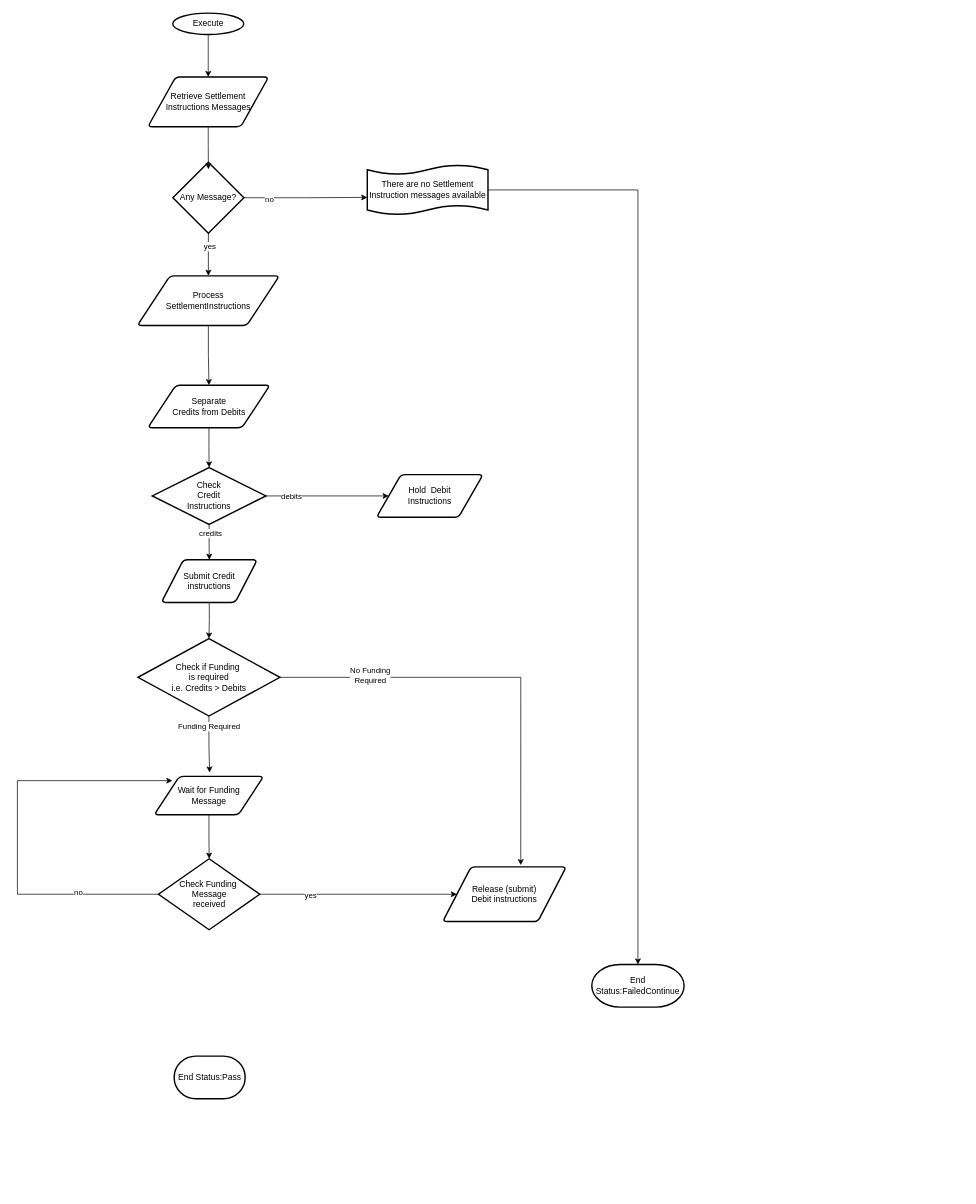
The draw.io diagram page "Detailed" (2 of 2) of SettlementInstructions.drawio in ByMadiba/Sandbox, before the edit. Source tidied: cells renumbered, new cells numbered last; positions are measured from the earlier drawing's top-left corner, leaving out a move shared by most shapes. Both pictures are drawn from the tidied source at 71%, with x=0, y=0 at pixel (17, 13).
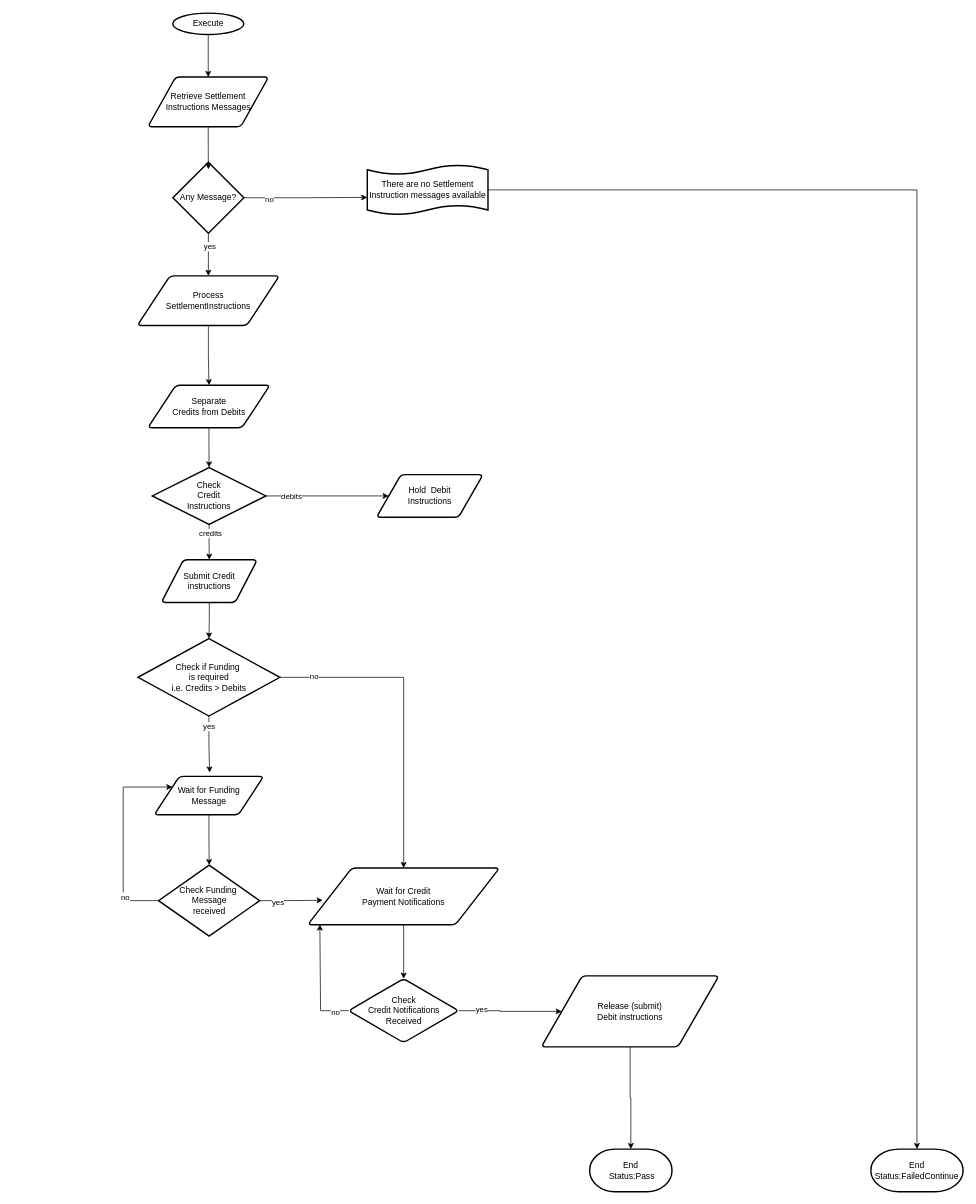
The same diagram, later.

Unchanged cells that the change refers to:
```xml
<mxCell id="19" value="Check if Funding&amp;nbsp;&lt;br&gt;is required&lt;br&gt;i.e. Credits &amp;gt; Debits" style="strokeWidth=2;html=1;shape=mxgraph.flowchart.decision;whiteSpace=wrap;" parent="1" vertex="1">
  <mxGeometry x="169.8" y="881" width="200" height="109" as="geometry" />
</mxCell>
<mxCell id="31" value="Wait for Funding &lt;br&gt;Message" style="shape=parallelogram;html=1;strokeWidth=2;perimeter=parallelogramPerimeter;whiteSpace=wrap;rounded=1;arcSize=12;size=0.23;" parent="1" vertex="1">
  <mxGeometry x="192.8" y="1075" width="154" height="54" as="geometry" />
</mxCell>
<mxCell id="32" style="edgeStyle=orthogonalEdgeStyle;rounded=0;jettySize=auto;html=1;entryX=0.506;entryY=-0.1;entryDx=0;entryDy=0;entryPerimeter=0;" parent="1" edge="1" source="19" target="31">
  <mxGeometry relative="1" as="geometry" />
</mxCell>
```

Diff of the diagram source:
```diff
@@
-    <mxCell id="17" style="edgeStyle=orthogonalEdgeStyle;rounded=0;jettySize=auto;html=1;entryX=0.632;entryY=-0.032;entryDx=0;entryDy=0;entryPerimeter=0;" parent="1" edge="1" source="19" target="25">
-      <mxGeometry relative="1" as="geometry" />
-    </mxCell>
-    <mxCell id="18" value="No Funding&lt;br&gt;Required" style="edgeLabel;html=1;align=center;verticalAlign=middle;" parent="17" vertex="1">
-      <mxGeometry x="-0.58" y="3" relative="1" as="geometry" />
-    </mxCell>
+    <mxCell id="40" style="edgeStyle=orthogonalEdgeStyle;rounded=0;jettySize=auto;html=1;" parent="1" edge="1" source="19" target="45">
+      <mxGeometry relative="1" as="geometry" />
+    </mxCell>
+    <mxCell id="41" value="no" style="edgeLabel;html=1;align=center;verticalAlign=middle;" parent="40" vertex="1">
+      <mxGeometry x="-0.78" y="1" relative="1" as="geometry">
+        <mxPoint x="-1" as="offset" />
+      </mxGeometry>
+    </mxCell>
@@
-    <mxCell id="20" style="edgeStyle=orthogonalEdgeStyle;rounded=0;jettySize=auto;html=1;" parent="1" edge="1" source="24">
+    <mxCell id="20" style="edgeStyle=orthogonalEdgeStyle;rounded=0;jettySize=auto;html=1;" parent="1" edge="1" source="24" target="31">
       <mxGeometry relative="1" as="geometry">
-        <mxPoint x="218.3" y="1081" as="targetPoint" />
         <Array as="points">
-          <mxPoint y="1241" />
-          <mxPoint y="1081" />
+          <mxPoint x="149" y="1250" />
+          <mxPoint x="149" y="1090" />
         </Array>
       </mxGeometry>
     </mxCell>
@@
-    <mxCell id="22" style="edgeStyle=orthogonalEdgeStyle;rounded=0;jettySize=auto;html=1;" parent="1" edge="1" source="24" target="25">
-      <mxGeometry relative="1" as="geometry" />
-    </mxCell>
-    <mxCell id="23" value="yes" style="edgeLabel;html=1;align=center;verticalAlign=middle;" parent="22" vertex="1">
-      <mxGeometry x="-0.49" y="-1" relative="1" as="geometry" />
-    </mxCell>
+    <mxCell id="42" style="edgeStyle=orthogonalEdgeStyle;rounded=0;jettySize=auto;html=1;entryX=0.078;entryY=0.569;entryDx=0;entryDy=0;entryPerimeter=0;" parent="1" edge="1" source="24" target="45">
+      <mxGeometry relative="1" as="geometry" />
+    </mxCell>
+    <mxCell id="43" value="yes" style="edgeLabel;html=1;align=center;verticalAlign=middle;" parent="42" vertex="1">
+      <mxGeometry x="-0.44" y="-1" relative="1" as="geometry" />
+    </mxCell>
     <mxCell id="24" value="Check Funding&amp;nbsp;&lt;br&gt;Message&lt;br&gt;received" style="strokeWidth=2;html=1;shape=mxgraph.flowchart.decision;whiteSpace=wrap;" parent="1" vertex="1">
-      <mxGeometry x="198.8" y="1191" width="142.5" height="100" as="geometry" />
+      <mxGeometry x="198.8" y="1200" width="142.5" height="100" as="geometry" />
     </mxCell>
     <mxCell id="25" value="Release (submit)&lt;br&gt;Debit instructions" style="shape=parallelogram;html=1;strokeWidth=2;perimeter=parallelogramPerimeter;whiteSpace=wrap;rounded=1;arcSize=12;size=0.23;" parent="1" vertex="1">
-      <mxGeometry x="599" y="1202.5" width="174" height="77" as="geometry" />
+      <mxGeometry x="738" y="1356" width="250" height="100" as="geometry" />
     </mxCell>
-    <mxCell id="26" value="End Status:Pass" style="strokeWidth=2;html=1;shape=mxgraph.flowchart.terminator;whiteSpace=wrap;" parent="1" vertex="1">
-      <mxGeometry x="220.8" y="1469" width="100" height="60" as="geometry" />
+    <mxCell id="26" value="End&lt;br&gt;&amp;nbsp;Status:Pass" style="strokeWidth=2;html=1;shape=mxgraph.flowchart.terminator;whiteSpace=wrap;" parent="1" vertex="1">
+      <mxGeometry x="806" y="1600" width="116" height="60" as="geometry" />
     </mxCell>
     <mxCell id="27" value="End Status:FailedContinue" style="strokeWidth=2;html=1;shape=mxgraph.flowchart.terminator;whiteSpace=wrap;" parent="1" vertex="1">
-      <mxGeometry x="809" y="1340" width="130" height="60" as="geometry" />
+      <mxGeometry x="1202" y="1600" width="130" height="60" as="geometry" />
     </mxCell>
@@
-    <mxCell id="33" value="Funding Required" style="edgeLabel;html=1;align=center;verticalAlign=middle;" parent="32" vertex="1">
+    <mxCell id="33" value="yes" style="edgeLabel;html=1;align=center;verticalAlign=middle;" parent="32" vertex="1">
       <mxGeometry x="-0.65" relative="1" as="geometry" />
     </mxCell>
@@
+    <mxCell id="44" style="edgeStyle=orthogonalEdgeStyle;rounded=0;jettySize=auto;html=1;" parent="1" edge="1" source="45" target="48">
+      <mxGeometry relative="1" as="geometry" />
+    </mxCell>
+    <mxCell id="45" value="Wait for Credit&lt;br&gt;Payment Notifications" style="shape=parallelogram;html=1;strokeWidth=2;perimeter=parallelogramPerimeter;whiteSpace=wrap;rounded=1;arcSize=12;size=0.23;" parent="1" vertex="1">
+      <mxGeometry x="409" y="1204" width="270" height="80" as="geometry" />
+    </mxCell>
+    <mxCell id="46" style="edgeStyle=orthogonalEdgeStyle;rounded=0;jettySize=auto;html=1;entryX=0.063;entryY=0.994;entryDx=0;entryDy=0;exitX=0;exitY=0.5;exitDx=0;exitDy=0;entryPerimeter=0;" parent="1" edge="1" source="48" target="45">
+      <mxGeometry relative="1" as="geometry">
+        <Array as="points">
+          <mxPoint x="427" y="1405" />
+          <mxPoint x="427" y="1284" />
+        </Array>
+      </mxGeometry>
+    </mxCell>
+    <mxCell id="47" value="no" style="edgeLabel;html=1;align=center;verticalAlign=middle;" parent="46" vertex="1">
+      <mxGeometry x="-0.75" y="2" relative="1" as="geometry">
+        <mxPoint x="1" y="-1" as="offset" />
+      </mxGeometry>
+    </mxCell>
+    <mxCell id="48" value="Check&lt;br style=&quot;border-color: var(--border-color);&quot;&gt;Credit Notifications&lt;br style=&quot;border-color: var(--border-color);&quot;&gt;Received" style="rhombus;whiteSpace=wrap;html=1;strokeWidth=2;rounded=1;arcSize=12;" parent="1" vertex="1">
+      <mxGeometry x="466.5" y="1360" width="155" height="90" as="geometry" />
+    </mxCell>
+    <mxCell id="49" style="edgeStyle=orthogonalEdgeStyle;rounded=0;jettySize=auto;html=1;" parent="1" edge="1" source="48" target="25">
+      <mxGeometry relative="1" as="geometry" />
+    </mxCell>
+    <mxCell id="50" value="yes" style="edgeLabel;html=1;align=center;verticalAlign=middle;" parent="49" vertex="1">
+      <mxGeometry x="-0.56" y="3" relative="1" as="geometry" />
+    </mxCell>
+    <mxCell id="51" style="edgeStyle=orthogonalEdgeStyle;rounded=0;jettySize=auto;html=1;entryX=0.5;entryY=0;entryDx=0;entryDy=0;entryPerimeter=0;" parent="1" edge="1" source="25" target="26">
+      <mxGeometry relative="1" as="geometry" />
+    </mxCell>
```
